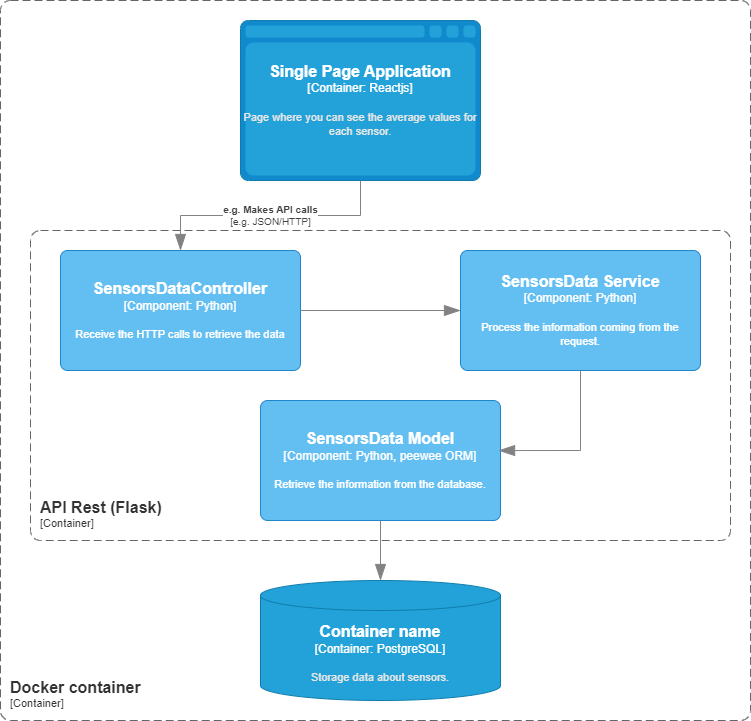
Above: img/sensors.png in anaplb3/sensors (draw.io), before the change. Source tidied: cells renumbered, new cells last; positions are measured from the earlier drawing's top-left corner, leaving out a move shared by most shapes.
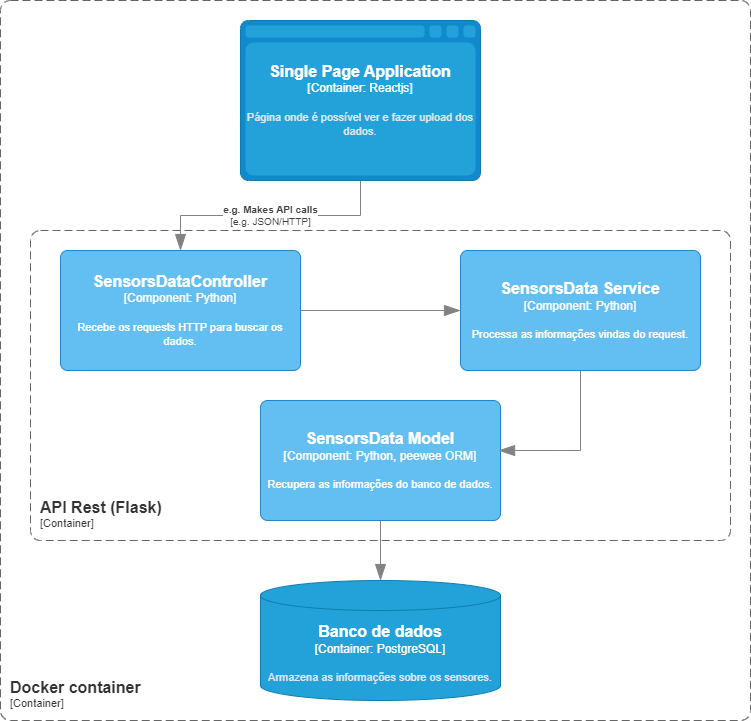
The same file after the commit.

Diff of the diagram source:
```diff
@@ -2,7 +2,7 @@
   <root>
     <mxCell id="0" />
     <mxCell id="1" parent="0" />
-    <object id="2" label="&lt;font style=&quot;font-size: 16px&quot;&gt;&lt;b&gt;%c4Name%&lt;/b&gt;&lt;/font&gt;&lt;div&gt;[%c4Type%:&amp;nbsp;%c4Technology%]&lt;/div&gt;&lt;br&gt;&lt;div&gt;&lt;font style=&quot;font-size: 11px&quot;&gt;&lt;font color=&quot;#E6E6E6&quot;&gt;%c4Description%&lt;/font&gt;&lt;/div&gt;" c4Description="Page where you can see the average values for each sensor." c4Name="Single Page Application" c4Technology="Reactjs" c4Type="Container" placeholders="1">
+    <object id="2" label="&lt;font style=&quot;font-size: 16px&quot;&gt;&lt;b&gt;%c4Name%&lt;/b&gt;&lt;/font&gt;&lt;div&gt;[%c4Type%:&amp;nbsp;%c4Technology%]&lt;/div&gt;&lt;br&gt;&lt;div&gt;&lt;font style=&quot;font-size: 11px&quot;&gt;&lt;font color=&quot;#E6E6E6&quot;&gt;%c4Description%&lt;/font&gt;&lt;/div&gt;" c4Description="Página onde é possível ver e fazer upload dos dados." c4Name="Single Page Application" c4Technology="Reactjs" c4Type="Container" placeholders="1">
       <mxCell style="shape=mxgraph.c4.webBrowserContainer2;whiteSpace=wrap;html=1;boundedLbl=1;rounded=0;labelBackgroundColor=none;strokeColor=#118ACD;fillColor=#23A2D9;strokeColor=#118ACD;strokeColor2=#0E7DAD;fontSize=12;fontColor=#ffffff;align=center;points=[[0.5,0,0],[1,0.25,0],[1,0.5,0],[1,0.75,0],[0.5,1,0],[0,0.75,0],[0,0.5,0],[0,0.25,0]];" parent="1" vertex="1">
         <mxGeometry x="240" y="20" width="240" height="160" as="geometry" />
       </mxCell>
@@ -12,7 +12,7 @@
         <mxGeometry width="750" height="720" as="geometry" />
       </mxCell>
     </object>
-    <object id="4" label="&lt;font style=&quot;font-size: 16px&quot;&gt;&lt;b&gt;%c4Name%&lt;/b&gt;&lt;/font&gt;&lt;div&gt;[%c4Type%:&amp;nbsp;%c4Technology%]&lt;/div&gt;&lt;br&gt;&lt;div&gt;&lt;font style=&quot;font-size: 11px&quot;&gt;&lt;font color=&quot;#E6E6E6&quot;&gt;%c4Description%&lt;/font&gt;&lt;/div&gt;" c4Description="Storage data about sensors." c4Name="Container name" c4Technology="PostgreSQL" c4Type="Container" placeholders="1">
+    <object id="4" label="&lt;font style=&quot;font-size: 16px&quot;&gt;&lt;b&gt;%c4Name%&lt;/b&gt;&lt;/font&gt;&lt;div&gt;[%c4Type%:&amp;nbsp;%c4Technology%]&lt;/div&gt;&lt;br&gt;&lt;div&gt;&lt;font style=&quot;font-size: 11px&quot;&gt;&lt;font color=&quot;#E6E6E6&quot;&gt;%c4Description%&lt;/font&gt;&lt;/div&gt;" c4Description="Armazena as informações sobre os sensores." c4Name="Banco de dados" c4Technology="PostgreSQL" c4Type="Container" placeholders="1">
       <mxCell style="shape=cylinder3;size=15;whiteSpace=wrap;html=1;boundedLbl=1;rounded=0;labelBackgroundColor=none;fillColor=#23A2D9;fontSize=12;fontColor=#ffffff;align=center;strokeColor=#0E7DAD;points=[[0.5,0,0],[1,0.25,0],[1,0.5,0],[1,0.75,0],[0.5,1,0],[0,0.75,0],[0,0.5,0],[0,0.25,0]];" parent="1" vertex="1">
         <mxGeometry x="260" y="580" width="240" height="120" as="geometry" />
       </mxCell>
@@ -22,17 +22,17 @@
         <mxGeometry x="30" y="230" width="700" height="310" as="geometry" />
       </mxCell>
     </object>
-    <object id="6" label="&lt;font style=&quot;font-size: 16px&quot;&gt;&lt;b&gt;%c4Name%&lt;/b&gt;&lt;/font&gt;&lt;div&gt;[%c4Type%: %c4Technology%]&lt;/div&gt;&lt;br&gt;&lt;div&gt;&lt;font style=&quot;font-size: 11px&quot;&gt;%c4Description%&lt;/font&gt;&lt;/div&gt;" c4Description="Receive the HTTP calls to retrieve the data" c4Name="SensorsDataController" c4Technology="Python" c4Type="Component" placeholders="1">
+    <object id="6" label="&lt;font style=&quot;font-size: 16px&quot;&gt;&lt;b&gt;%c4Name%&lt;/b&gt;&lt;/font&gt;&lt;div&gt;[%c4Type%: %c4Technology%]&lt;/div&gt;&lt;br&gt;&lt;div&gt;&lt;font style=&quot;font-size: 11px&quot;&gt;%c4Description%&lt;/font&gt;&lt;/div&gt;" c4Description="Recebe os requests HTTP para buscar os dados." c4Name="SensorsDataController" c4Technology="Python" c4Type="Component" placeholders="1">
       <mxCell style="rounded=1;whiteSpace=wrap;html=1;labelBackgroundColor=none;fillColor=#63BEF2;fontColor=#ffffff;align=center;arcSize=6;strokeColor=#2086C9;points=[[0.25,0,0],[0.5,0,0],[0.75,0,0],[1,0.25,0],[1,0.5,0],[1,0.75,0],[0.75,1,0],[0.5,1,0],[0.25,1,0],[0,0.75,0],[0,0.5,0],[0,0.25,0]];" parent="1" vertex="1">
         <mxGeometry x="60" y="250" width="240" height="120" as="geometry" />
       </mxCell>
     </object>
-    <object id="7" label="&lt;font style=&quot;font-size: 16px&quot;&gt;&lt;b&gt;%c4Name%&lt;/b&gt;&lt;/font&gt;&lt;div&gt;[%c4Type%: %c4Technology%]&lt;/div&gt;&lt;br&gt;&lt;div&gt;&lt;font style=&quot;font-size: 11px&quot;&gt;%c4Description%&lt;/font&gt;&lt;/div&gt;" c4Description="Process the information coming from the request." c4Name="SensorsData Service" c4Technology="Python" c4Type="Component" placeholders="1">
+    <object id="7" label="&lt;font style=&quot;font-size: 16px&quot;&gt;&lt;b&gt;%c4Name%&lt;/b&gt;&lt;/font&gt;&lt;div&gt;[%c4Type%: %c4Technology%]&lt;/div&gt;&lt;br&gt;&lt;div&gt;&lt;font style=&quot;font-size: 11px&quot;&gt;%c4Description%&lt;/font&gt;&lt;/div&gt;" c4Description="Processa as informações vindas do request." c4Name="SensorsData Service" c4Technology="Python" c4Type="Component" placeholders="1">
       <mxCell style="rounded=1;whiteSpace=wrap;html=1;labelBackgroundColor=none;fillColor=#63BEF2;fontColor=#ffffff;align=center;arcSize=6;strokeColor=#2086C9;points=[[0.25,0,0],[0.5,0,0],[0.75,0,0],[1,0.25,0],[1,0.5,0],[1,0.75,0],[0.75,1,0],[0.5,1,0],[0.25,1,0],[0,0.75,0],[0,0.5,0],[0,0.25,0]];" parent="1" vertex="1">
         <mxGeometry x="460" y="250" width="240" height="120" as="geometry" />
       </mxCell>
     </object>
-    <object id="8" label="&lt;font style=&quot;font-size: 16px&quot;&gt;&lt;b&gt;%c4Name%&lt;/b&gt;&lt;/font&gt;&lt;div&gt;[%c4Type%: %c4Technology%]&lt;/div&gt;&lt;br&gt;&lt;div&gt;&lt;font style=&quot;font-size: 11px&quot;&gt;%c4Description%&lt;/font&gt;&lt;/div&gt;" c4Description="Retrieve the information from the database." c4Name="SensorsData Model" c4Technology="Python, peewee ORM" c4Type="Component" placeholders="1">
+    <object id="8" label="&lt;font style=&quot;font-size: 16px&quot;&gt;&lt;b&gt;%c4Name%&lt;/b&gt;&lt;/font&gt;&lt;div&gt;[%c4Type%: %c4Technology%]&lt;/div&gt;&lt;br&gt;&lt;div&gt;&lt;font style=&quot;font-size: 11px&quot;&gt;%c4Description%&lt;/font&gt;&lt;/div&gt;" c4Description="Recupera as informações do banco de dados." c4Name="SensorsData Model" c4Technology="Python, peewee ORM" c4Type="Component" placeholders="1">
       <mxCell style="rounded=1;whiteSpace=wrap;html=1;labelBackgroundColor=none;fillColor=#63BEF2;fontColor=#ffffff;align=center;arcSize=6;strokeColor=#2086C9;points=[[0.25,0,0],[0.5,0,0],[0.75,0,0],[1,0.25,0],[1,0.5,0],[1,0.75,0],[0.75,1,0],[0.5,1,0],[0.25,1,0],[0,0.75,0],[0,0.5,0],[0,0.25,0]];" parent="1" vertex="1">
         <mxGeometry x="260" y="400" width="240" height="120" as="geometry" />
       </mxCell>
```
